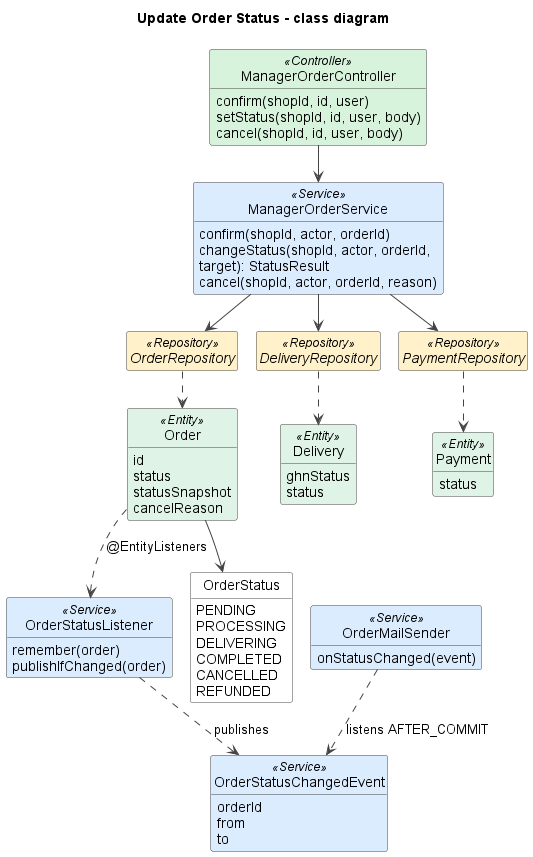
Before: docs/diagrams/04-update-order-status-class.png, a diagram exported from PlantUML (duckpao/FlowerShop_SWP391). Source of this version:
```plantuml
@startuml
!pragma layout smetana
title Update Order Status - class diagram
skinparam shadowing false
skinparam defaultFontName Arial
skinparam wrapWidth 240
skinparam ArrowColor #444444
skinparam classAttributeIconSize 0
skinparam nodesep 45
skinparam ranksep 50
skinparam class {
  BackgroundColor #FFFFFF
  BorderColor #444444
  BackgroundColor<<View>> #EADCFF
  BackgroundColor<<Controller>> #D8F3DC
  BackgroundColor<<Service>> #DCECFF
  BackgroundColor<<Repository>> #FFF1C9
  BackgroundColor<<Entity>> #E0F3E7
  BackgroundColor<<External>> #FFE0E0
}
hide empty members
hide circle

class ManagerOrderController <<Controller>> {
  confirm(shopId, id, user)
  setStatus(shopId, id, user, body)
  cancel(shopId, id, user, body)
}
class ManagerOrderService <<Service>> {
  confirm(shopId, actor, orderId)
  changeStatus(shopId, actor, orderId, target): StatusResult
  cancel(shopId, actor, orderId, reason)
}
class OrderStatusListener <<Service>> {
  remember(order)
  publishIfChanged(order)
}
class OrderStatusChangedEvent <<Service>> {
  orderId
  from
  to
}
class OrderMailSender <<Service>> {
  onStatusChanged(event)
}
interface OrderRepository <<Repository>>
interface DeliveryRepository <<Repository>>
interface PaymentRepository <<Repository>>
class Order <<Entity>> {
  id
  status
  statusSnapshot
  cancelReason
}
class Delivery <<Entity>> {
  ghnStatus
  status
}
class Payment <<Entity>> {
  status
}
enum OrderStatus {
  PENDING
  PROCESSING
  DELIVERING
  COMPLETED
  CANCELLED
  REFUNDED
}

ManagerOrderController --> ManagerOrderService
ManagerOrderService --> OrderRepository
ManagerOrderService --> DeliveryRepository
ManagerOrderService --> PaymentRepository
OrderRepository ..> Order
DeliveryRepository ..> Delivery
PaymentRepository ..> Payment
Order --> OrderStatus
Order ..> OrderStatusListener : @EntityListeners
OrderStatusListener ..> OrderStatusChangedEvent : publishes
OrderMailSender ..> OrderStatusChangedEvent : listens AFTER_COMMIT

@enduml
```
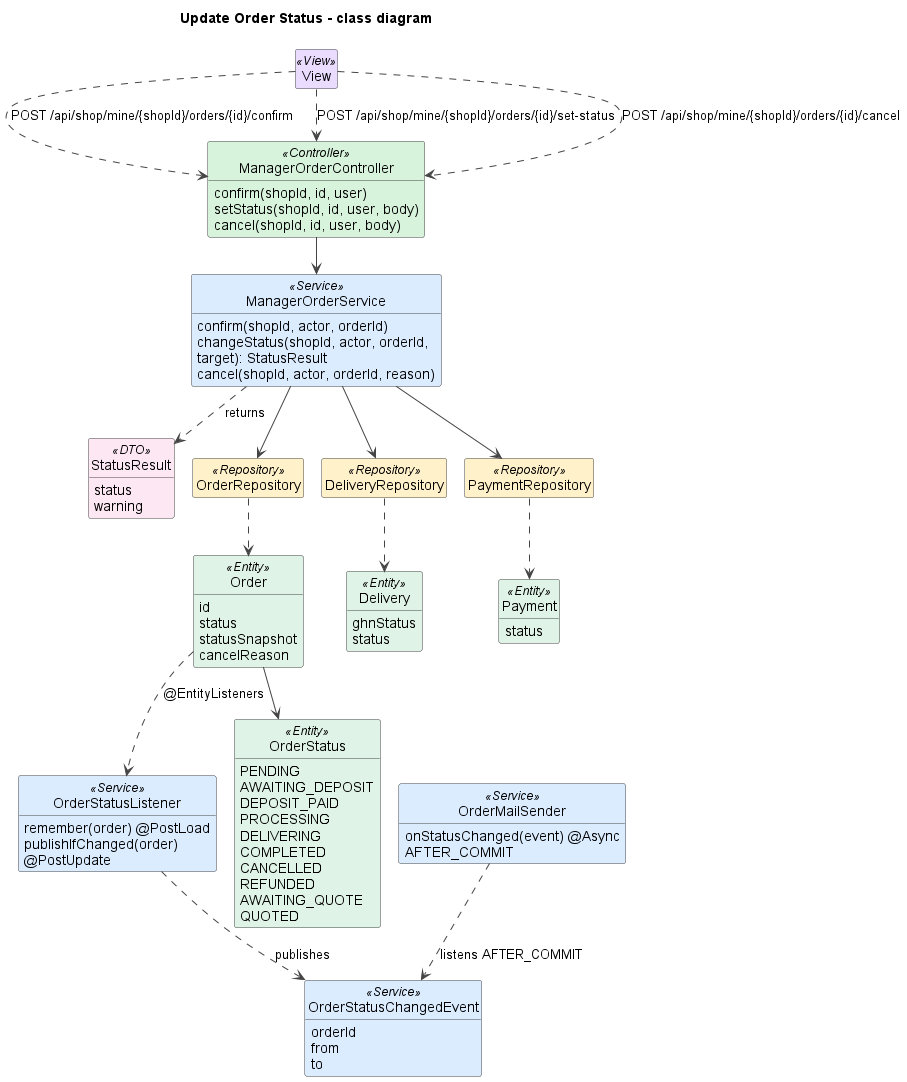
The same file after the commit.

What changed in the source:
```diff
@@ -1,6 +1,6 @@
 @startuml
+title Update Order Status - class diagram
 !pragma layout smetana
-title Update Order Status - class diagram
 skinparam shadowing false
 skinparam defaultFontName Arial
 skinparam wrapWidth 240
@@ -16,10 +16,14 @@
   BackgroundColor<<Service>> #DCECFF
   BackgroundColor<<Repository>> #FFF1C9
   BackgroundColor<<Entity>> #E0F3E7
+  BackgroundColor<<DTO>> #FCE7F3
+  BackgroundColor<<Scheduler>> #FFE8CC
   BackgroundColor<<External>> #FFE0E0
 }
 hide empty members
 hide circle
+
+class View <<View>>
 
 class ManagerOrderController <<Controller>> {
   confirm(shopId, id, user)
@@ -31,9 +35,13 @@
   changeStatus(shopId, actor, orderId, target): StatusResult
   cancel(shopId, actor, orderId, reason)
 }
+class StatusResult <<DTO>> {
+  status
+  warning
+}
 class OrderStatusListener <<Service>> {
-  remember(order)
-  publishIfChanged(order)
+  remember(order) @PostLoad
+  publishIfChanged(order) @PostUpdate
 }
 class OrderStatusChangedEvent <<Service>> {
   orderId
@@ -41,11 +49,11 @@
   to
 }
 class OrderMailSender <<Service>> {
-  onStatusChanged(event)
+  onStatusChanged(event) @Async AFTER_COMMIT
 }
-interface OrderRepository <<Repository>>
-interface DeliveryRepository <<Repository>>
-interface PaymentRepository <<Repository>>
+class OrderRepository <<Repository>>
+class DeliveryRepository <<Repository>>
+class PaymentRepository <<Repository>>
 class Order <<Entity>> {
   id
   status
@@ -59,19 +67,27 @@
 class Payment <<Entity>> {
   status
 }
-enum OrderStatus {
+enum OrderStatus <<Entity>> {
   PENDING
+  AWAITING_DEPOSIT
+  DEPOSIT_PAID
   PROCESSING
   DELIVERING
   COMPLETED
   CANCELLED
   REFUNDED
+  AWAITING_QUOTE
+  QUOTED
 }
 
+View ..> ManagerOrderController : POST /api/shop/mine/{shopId}/orders/{id}/confirm
+View ..> ManagerOrderController : POST /api/shop/mine/{shopId}/orders/{id}/set-status
+View ..> ManagerOrderController : POST /api/shop/mine/{shopId}/orders/{id}/cancel
 ManagerOrderController --> ManagerOrderService
 ManagerOrderService --> OrderRepository
 ManagerOrderService --> DeliveryRepository
 ManagerOrderService --> PaymentRepository
+ManagerOrderService ..> StatusResult : returns
 OrderRepository ..> Order
 DeliveryRepository ..> Delivery
 PaymentRepository ..> Payment
```
